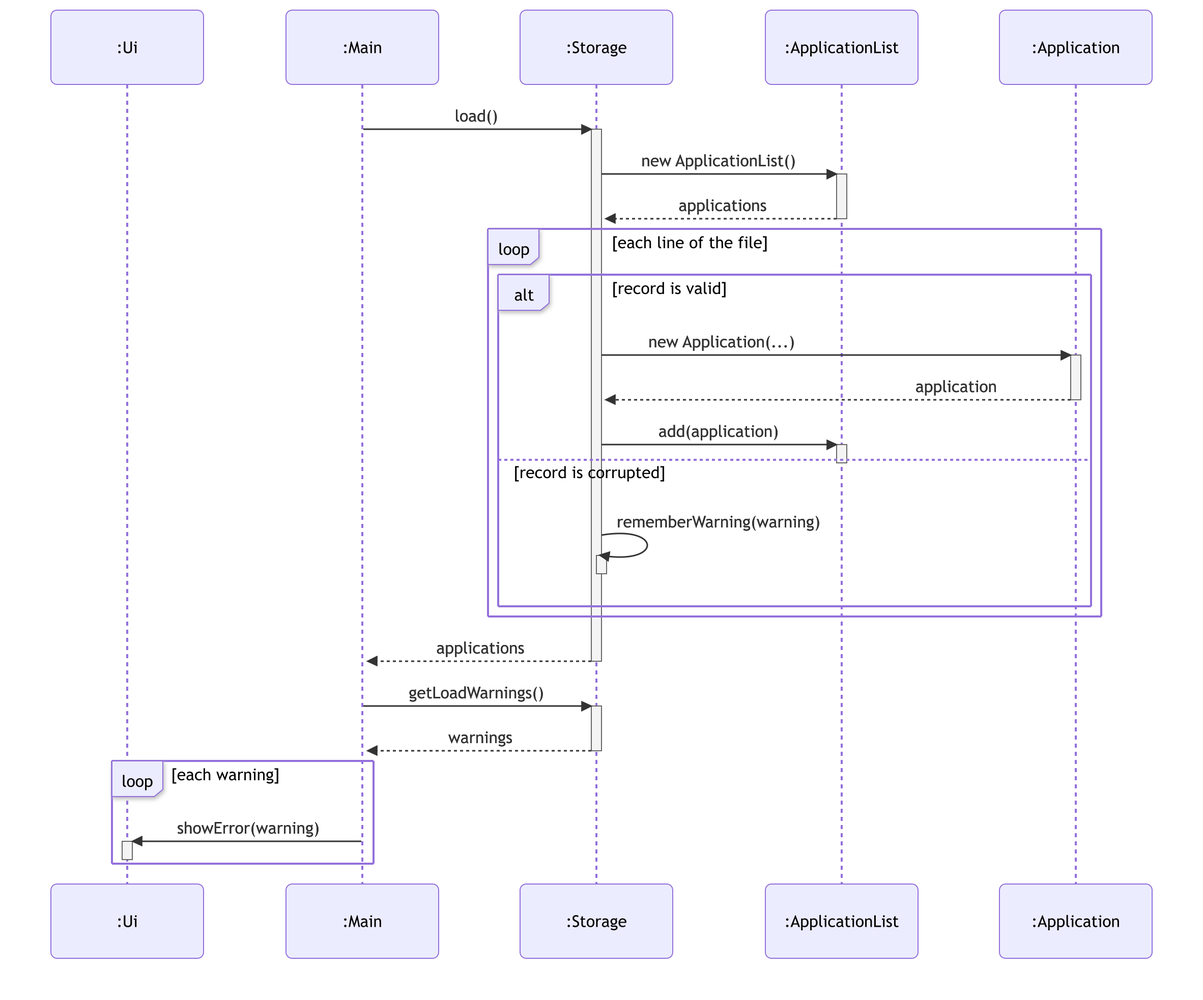
Above: docs/diagrams/storage-load-sequence.png in AY2627S1-CS2113-T10-2/tp (Mermaid), before the change. Its source is kept beside it as docs/diagrams/sources/storage-load-sequence.mmd.
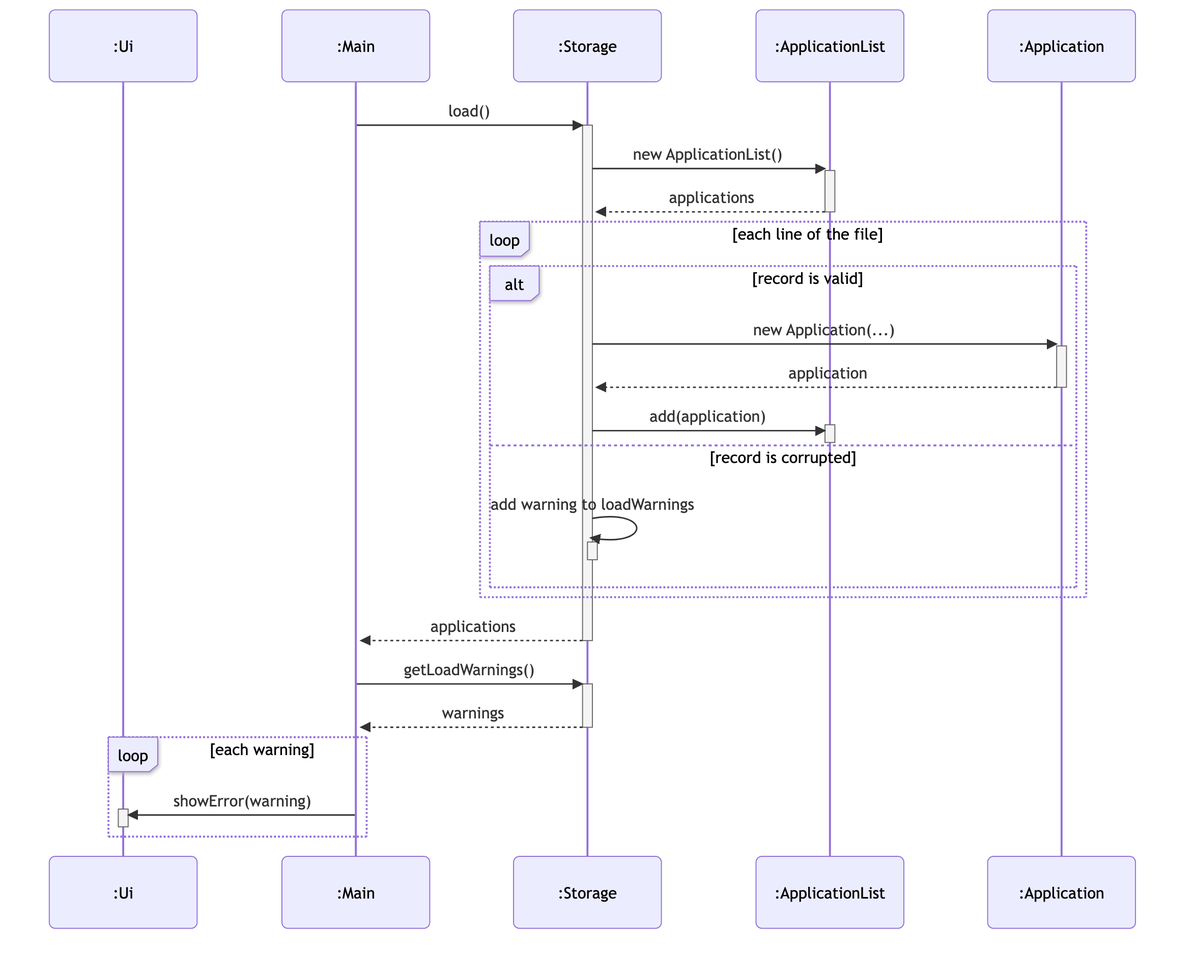
The same file after the commit.

Diff of the diagram source:
```diff
@@ -24,7 +24,7 @@
             activate list
             deactivate list
         else record is corrupted
-            storage->>storage: rememberWarning(warning)
+            storage->>storage: add warning to loadWarnings
             activate storage
             deactivate storage
         end
```
